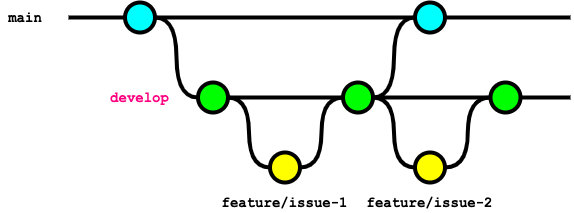
The draw.io diagram documents/forGitBranch/img/branch_strategy_develop.drawio.png in future-architect/coding-standards, before a commit. Source tidied: cells renumbered, new cells last; positions are measured from the earlier drawing's top-left corner, leaving out a move shared by most shapes. Its diagram source:
```xml
<mxGraphModel>
  <root>
    <mxCell id="0" />
    <mxCell id="1" parent="0" />
    <mxCell id="2" style="edgeStyle=orthogonalEdgeStyle;curved=1;rounded=0;html=1;exitX=1;exitY=0.5;exitPerimeter=0;entryX=0;entryY=0.5;entryPerimeter=0;endArrow=none;endFill=0;jettySize=auto;strokeWidth=4;fontSize=15;" parent="1" edge="1" source="3" target="8">
      <mxGeometry relative="1" as="geometry" />
    </mxCell>
    <mxCell id="3" style="verticalLabelPosition=bottom;verticalAlign=top;html=1;strokeWidth=4;shape=mxgraph.flowchart.on-page_reference;plain-blue;gradientColor=none;fillColor=#00FFFF;strokeColor=#000000;" parent="1" vertex="1">
      <mxGeometry x="124.5" width="30" height="30" as="geometry" />
    </mxCell>
    <mxCell id="4" style="edgeStyle=orthogonalEdgeStyle;curved=1;rounded=0;jettySize=auto;html=1;endArrow=none;endFill=0;strokeWidth=4;fontFamily=Courier New;fontSize=16;" parent="1" edge="1" source="5">
      <mxGeometry relative="1" as="geometry">
        <mxPoint x="570" y="15" as="targetPoint" />
      </mxGeometry>
    </mxCell>
    <mxCell id="5" style="verticalLabelPosition=bottom;verticalAlign=top;html=1;strokeWidth=4;shape=mxgraph.flowchart.on-page_reference;plain-blue;gradientColor=none;strokeColor=#000000;fillColor=#00FFFF;" parent="1" vertex="1">
      <mxGeometry x="414.5" width="30" height="30" as="geometry" />
    </mxCell>
    <mxCell id="6" style="edgeStyle=orthogonalEdgeStyle;rounded=0;html=1;jettySize=auto;strokeWidth=4;endArrow=none;endFill=0;" parent="1" edge="1" target="3">
      <mxGeometry x="204.5" y="180" as="geometry">
        <mxPoint x="68" y="15" as="sourcePoint" />
      </mxGeometry>
    </mxCell>
    <mxCell id="7" value="main" style="text;html=1;strokeColor=none;fillColor=none;align=center;verticalAlign=middle;whiteSpace=wrap;overflow=hidden;fontSize=14;fontStyle=1;fontFamily=Courier New;" parent="1" vertex="1">
      <mxGeometry y="5" width="50" height="20" as="geometry" />
    </mxCell>
    <mxCell id="8" style="verticalLabelPosition=bottom;verticalAlign=top;html=1;strokeWidth=4;shape=mxgraph.flowchart.on-page_reference;plain-purple;gradientColor=none;strokeColor=#000000;fillColor=#00FF00;" parent="1" vertex="1">
      <mxGeometry x="197.5" y="80" width="30" height="30" as="geometry" />
    </mxCell>
    <mxCell id="9" style="verticalLabelPosition=bottom;verticalAlign=top;html=1;strokeWidth=4;shape=mxgraph.flowchart.on-page_reference;plain-purple;gradientColor=none;strokeColor=#000000;fillColor=#FFFF00;" parent="1" vertex="1">
      <mxGeometry x="269.5" y="150" width="30" height="30" as="geometry" />
    </mxCell>
    <mxCell id="10" style="edgeStyle=orthogonalEdgeStyle;curved=1;rounded=0;html=1;exitX=1;exitY=0.5;exitPerimeter=0;entryX=0;entryY=0.5;entryPerimeter=0;endArrow=none;endFill=0;jettySize=auto;strokeWidth=4;fontSize=15;" parent="1" edge="1" source="11" target="5">
      <mxGeometry relative="1" as="geometry" />
    </mxCell>
    <mxCell id="11" style="verticalLabelPosition=bottom;verticalAlign=top;html=1;strokeWidth=4;shape=mxgraph.flowchart.on-page_reference;plain-purple;gradientColor=none;strokeColor=#000000;fillColor=#00FF00;" parent="1" vertex="1">
      <mxGeometry x="342.5" y="80" width="30" height="30" as="geometry" />
    </mxCell>
    <mxCell id="12" value="develop" style="text;html=1;strokeColor=none;fillColor=none;align=center;verticalAlign=middle;whiteSpace=wrap;overflow=hidden;fontSize=14;fontStyle=1;fontFamily=Courier New;fontColor=#FF0080;" parent="1" vertex="1">
      <mxGeometry x="58.2" y="85" width="162.5" height="20" as="geometry" />
    </mxCell>
    <mxCell id="13" value="feature/issue-1" style="text;html=1;strokeColor=none;fillColor=none;align=center;verticalAlign=middle;whiteSpace=wrap;overflow=hidden;fontSize=14;fontStyle=1;fontFamily=Courier New;" parent="1" vertex="1">
      <mxGeometry x="203.2" y="190" width="162.5" height="20" as="geometry" />
    </mxCell>
    <mxCell id="14" style="edgeStyle=orthogonalEdgeStyle;curved=1;rounded=0;html=1;exitX=1;exitY=0.5;exitPerimeter=0;entryX=0;entryY=0.5;entryPerimeter=0;endArrow=none;endFill=0;jettySize=auto;strokeWidth=4;fontSize=15;exitDx=0;exitDy=0;entryDx=0;entryDy=0;" parent="1" edge="1" source="8" target="9">
      <mxGeometry relative="1" as="geometry" />
    </mxCell>
    <mxCell id="15" style="edgeStyle=orthogonalEdgeStyle;curved=1;rounded=0;html=1;exitX=1;exitY=0.5;exitPerimeter=0;entryX=0;entryY=0.5;entryPerimeter=0;endArrow=none;endFill=0;jettySize=auto;strokeWidth=4;fontSize=15;exitDx=0;exitDy=0;entryDx=0;entryDy=0;" parent="1" edge="1" source="9" target="11">
      <mxGeometry relative="1" as="geometry" />
    </mxCell>
    <mxCell id="16" style="verticalLabelPosition=bottom;verticalAlign=top;html=1;strokeWidth=4;shape=mxgraph.flowchart.on-page_reference;plain-purple;gradientColor=none;strokeColor=#000000;fillColor=#FFFF00;" parent="1" vertex="1">
      <mxGeometry x="414.5" y="150" width="30" height="30" as="geometry" />
    </mxCell>
    <mxCell id="17" value="feature/issue-2" style="text;html=1;strokeColor=none;fillColor=none;align=center;verticalAlign=middle;whiteSpace=wrap;overflow=hidden;fontSize=14;fontStyle=1;fontFamily=Courier New;" parent="1" vertex="1">
      <mxGeometry x="348.2" y="190" width="162.5" height="20" as="geometry" />
    </mxCell>
    <mxCell id="18" style="verticalLabelPosition=bottom;verticalAlign=top;html=1;strokeWidth=4;shape=mxgraph.flowchart.on-page_reference;plain-purple;gradientColor=none;strokeColor=#000000;fillColor=#00FF00;" parent="1" vertex="1">
      <mxGeometry x="490" y="80" width="30" height="30" as="geometry" />
    </mxCell>
    <mxCell id="19" style="edgeStyle=orthogonalEdgeStyle;curved=1;rounded=0;html=1;exitX=0;exitY=0.5;exitPerimeter=0;entryX=1;entryY=0.5;entryPerimeter=0;endArrow=none;endFill=0;jettySize=auto;strokeWidth=4;fontSize=15;exitDx=0;exitDy=0;entryDx=0;entryDy=0;" parent="1" edge="1" source="16" target="11">
      <mxGeometry relative="1" as="geometry" />
    </mxCell>
    <mxCell id="20" style="edgeStyle=orthogonalEdgeStyle;curved=1;rounded=0;html=1;exitX=0;exitY=0.5;exitPerimeter=0;entryX=1;entryY=0.5;entryPerimeter=0;endArrow=none;endFill=0;jettySize=auto;strokeWidth=4;fontSize=15;exitDx=0;exitDy=0;entryDx=0;entryDy=0;" parent="1" edge="1" source="18" target="16">
      <mxGeometry relative="1" as="geometry" />
    </mxCell>
    <mxCell id="21" style="edgeStyle=orthogonalEdgeStyle;curved=1;rounded=0;jettySize=auto;html=1;endArrow=none;endFill=0;strokeWidth=4;fontFamily=Courier New;fontSize=16;exitX=1;exitY=0.5;exitDx=0;exitDy=0;exitPerimeter=0;" parent="1" edge="1" source="18">
      <mxGeometry relative="1" as="geometry">
        <mxPoint x="570" y="95" as="targetPoint" />
      </mxGeometry>
    </mxCell>
    <mxCell id="22" style="edgeStyle=orthogonalEdgeStyle;curved=1;rounded=0;jettySize=auto;html=1;endArrow=none;endFill=0;strokeWidth=4;fontFamily=Courier New;fontSize=16;exitX=1;exitY=0.5;exitDx=0;exitDy=0;exitPerimeter=0;entryX=0;entryY=0.5;entryDx=0;entryDy=0;entryPerimeter=0;" parent="1" edge="1" source="11" target="18">
      <mxGeometry relative="1" as="geometry" />
    </mxCell>
    <mxCell id="23" style="edgeStyle=orthogonalEdgeStyle;curved=1;rounded=0;jettySize=auto;html=1;endArrow=none;endFill=0;strokeWidth=4;fontFamily=Courier New;fontSize=16;exitX=1;exitY=0.5;exitDx=0;exitDy=0;exitPerimeter=0;" parent="1" edge="1" source="8" target="11">
      <mxGeometry relative="1" as="geometry" />
    </mxCell>
    <mxCell id="24" style="edgeStyle=orthogonalEdgeStyle;curved=1;rounded=0;jettySize=auto;html=1;endArrow=none;endFill=0;strokeWidth=4;fontFamily=Courier New;fontSize=16;exitX=1;exitY=0.5;exitDx=0;exitDy=0;exitPerimeter=0;entryX=0;entryY=0.5;entryDx=0;entryDy=0;entryPerimeter=0;" parent="1" edge="1" source="3" target="5">
      <mxGeometry relative="1" as="geometry" />
    </mxCell>
  </root>
</mxGraphModel>
```
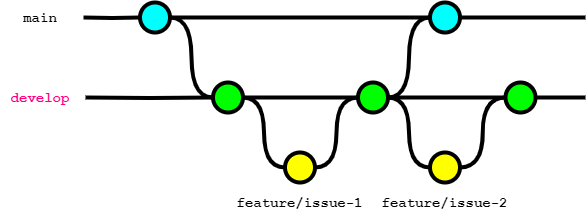
The same file after the commit.

Diff of the diagram source:
```diff
@@ -37,7 +37,7 @@
       <mxGeometry x="342.5" y="80" width="30" height="30" as="geometry" />
     </mxCell>
     <mxCell id="12" value="develop" style="text;html=1;strokeColor=none;fillColor=none;align=center;verticalAlign=middle;whiteSpace=wrap;overflow=hidden;fontSize=14;fontStyle=1;fontFamily=Courier New;fontColor=#FF0080;" parent="1" vertex="1">
-      <mxGeometry x="58.2" y="85" width="162.5" height="20" as="geometry" />
+      <mxGeometry x="-15" y="85" width="80" height="20" as="geometry" />
     </mxCell>
     <mxCell id="13" value="feature/issue-1" style="text;html=1;strokeColor=none;fillColor=none;align=center;verticalAlign=middle;whiteSpace=wrap;overflow=hidden;fontSize=14;fontStyle=1;fontFamily=Courier New;" parent="1" vertex="1">
       <mxGeometry x="203.2" y="190" width="162.5" height="20" as="geometry" />
@@ -77,5 +77,10 @@
     <mxCell id="24" style="edgeStyle=orthogonalEdgeStyle;curved=1;rounded=0;jettySize=auto;html=1;endArrow=none;endFill=0;strokeWidth=4;fontFamily=Courier New;fontSize=16;exitX=1;exitY=0.5;exitDx=0;exitDy=0;exitPerimeter=0;entryX=0;entryY=0.5;entryDx=0;entryDy=0;entryPerimeter=0;" parent="1" edge="1" source="3" target="5">
       <mxGeometry relative="1" as="geometry" />
     </mxCell>
+    <mxCell id="25" style="edgeStyle=orthogonalEdgeStyle;rounded=0;html=1;jettySize=auto;strokeWidth=4;endArrow=none;endFill=0;entryX=0;entryY=0.5;entryDx=0;entryDy=0;entryPerimeter=0;" parent="1" edge="1" target="8">
+      <mxGeometry x="204.5" y="180" as="geometry">
+        <mxPoint x="70" y="95" as="sourcePoint" />
+      </mxGeometry>
+    </mxCell>
   </root>
 </mxGraphModel>
```
